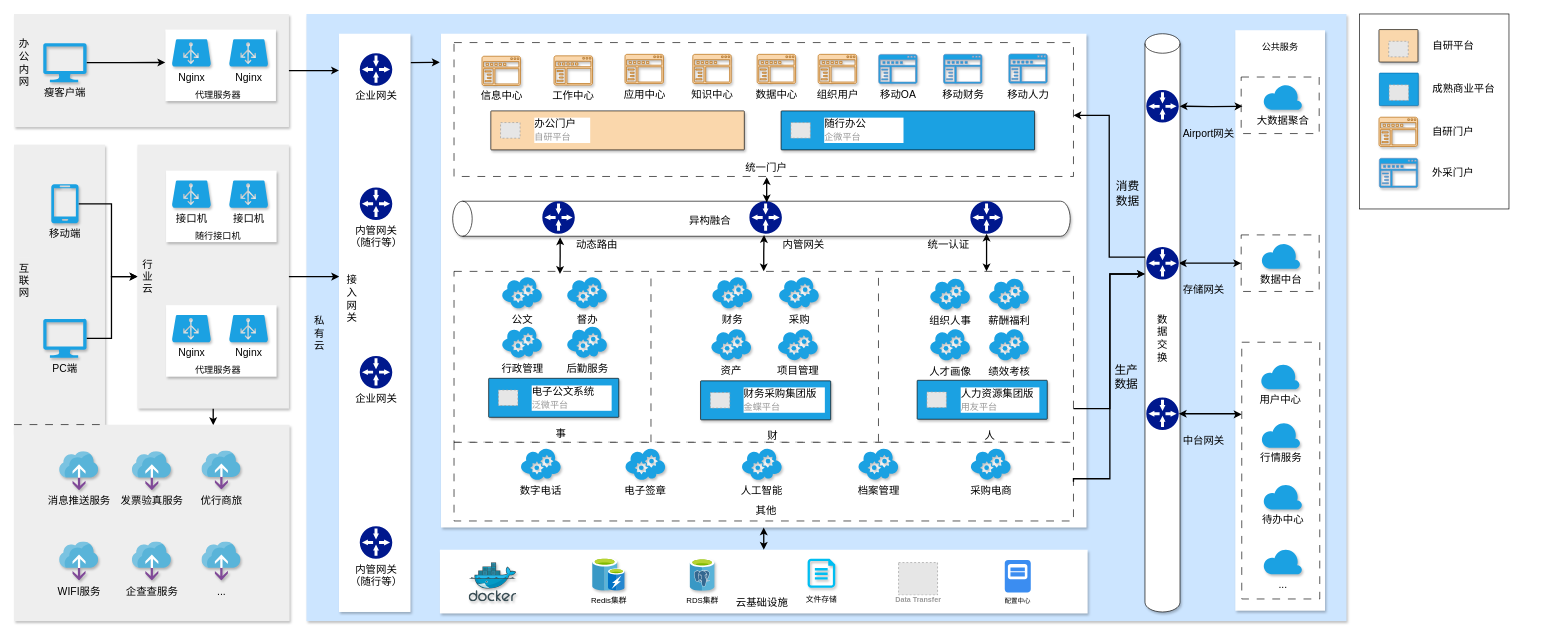
The draw.io diagram page "一网统管架构图20240305" (13 of 21) of Untitled Diagram.drawio in shiki-mqp/PrivatePods, before the edit. Source tidied: cells renumbered, new cells numbered last; positions are measured from the earlier drawing's top-left corner, leaving out a move shared by most shapes. Both pictures are drawn from the tidied source at 65%, with x=0, y=0 at pixel (14, -90). Pictures stored in the file or linked from it are replaced by grey dashed boxes.
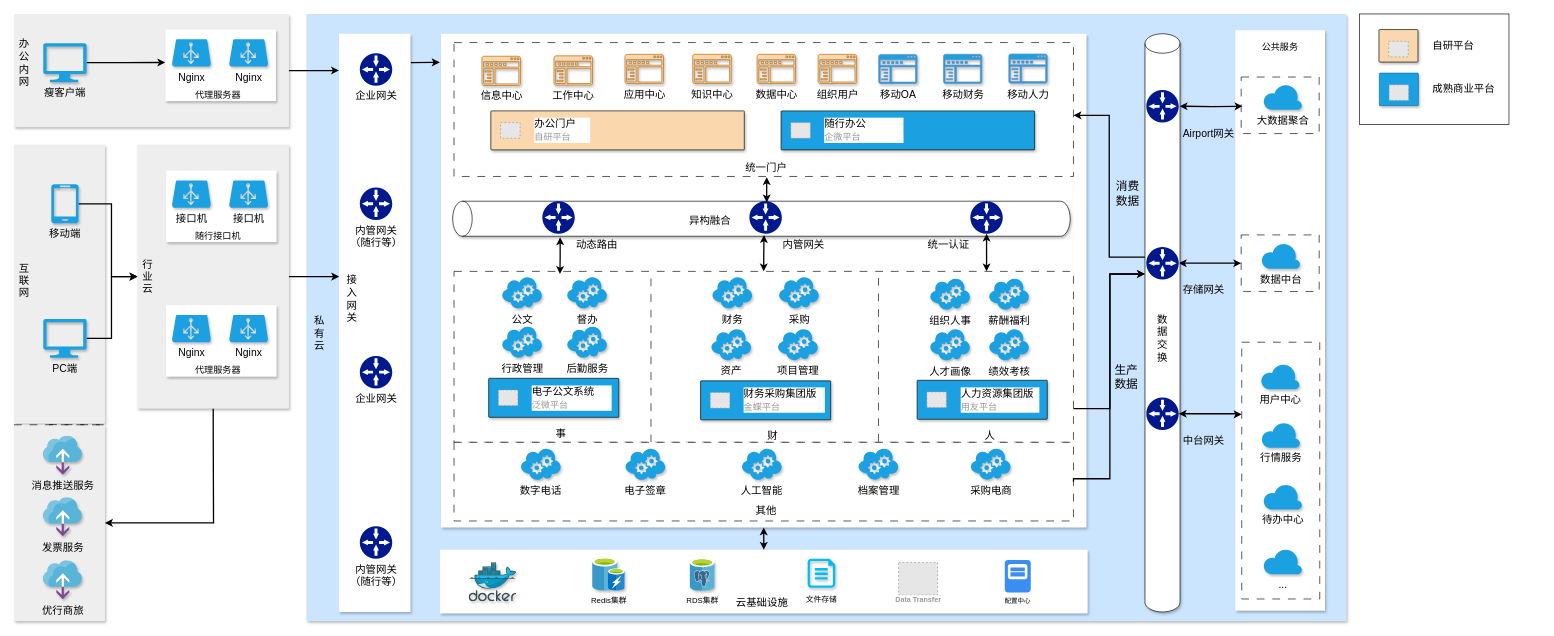
The same diagram, later.

The change refers to these unchanged cells:
```xml
<mxCell id="3" style="rounded=0;whiteSpace=wrap;html=1;strokeColor=none;fillColor=#eeeeee;shadow=1;" parent="1" vertex="1">
  <mxGeometry x="190" y="361" width="233" height="406" as="geometry" />
</mxCell>
```

The edit, as a diff of the source:
```diff
@@
-    <mxCell id="2" style="edgeStyle=orthogonalEdgeStyle;rounded=0;jettySize=auto;html=1;strokeWidth=2;fontSize=16;fontColor=#000000;startArrow=none;startFill=0;endArrow=classic;endFill=1;entryX=0.723;entryY=0.002;entryDx=0;entryDy=0;entryPerimeter=0;" parent="1" edge="1" source="3" target="79">
-      <mxGeometry relative="1" as="geometry" />
+    <mxCell id="2" style="edgeStyle=orthogonalEdgeStyle;rounded=0;jettySize=auto;html=1;strokeWidth=2;fontSize=16;fontColor=#000000;startArrow=none;startFill=0;endArrow=classic;endFill=1;entryX=1;entryY=0.5;entryDx=0;entryDy=0;" parent="1" edge="1" source="3" target="79">
+      <mxGeometry relative="1" as="geometry">
+        <Array as="points">
+          <mxPoint x="307" y="787" />
+          <mxPoint x="307" y="787" />
+          <mxPoint x="307" y="943" />
+        </Array>
+      </mxGeometry>
     </mxCell>
@@
     <mxCell id="5" style="rounded=0;whiteSpace=wrap;html=1;shadow=1;fillColor=#eeeeee;strokeColor=none;" parent="1" vertex="1">
-      <mxGeometry y="361" width="140" height="443" as="geometry" />
+      <mxGeometry y="361" width="140" height="429" as="geometry" />
     </mxCell>
@@
     <mxCell id="79" style="rounded=0;whiteSpace=wrap;html=1;shadow=1;fillColor=#eeeeee;strokeColor=none;" parent="1" vertex="1">
-      <mxGeometry y="792" width="424" height="302" as="geometry" />
+      <mxGeometry y="792" width="140" height="302" as="geometry" />
     </mxCell>
     <mxCell id="80" value="&lt;font style=&quot;font-size: 16px;&quot;&gt;消息推送服务&lt;/font&gt;" style="sketch=0;html=1;align=center;image;fontSize=12;image=img/lib/mscae/On_Premises_Data_Gateways.svg;rounded=0;shadow=1;dashed=1;dashPattern=12 12;labelBackgroundColor=none;strokeColor=#d6e8d5;fontColor=#000000;fillColor=none;gradientColor=none;imageBackground=none;" parent="1" vertex="1">
-      <mxGeometry x="70" y="833.2" width="60" height="60" as="geometry" />
+      <mxGeometry x="45" y="809.4" width="60" height="60" as="geometry" />
     </mxCell>
-    <mxCell id="81" value="&lt;font style=&quot;font-size: 16px;&quot;&gt;发票验真服务&lt;/font&gt;" style="sketch=0;html=1;align=center;image;fontSize=12;image=img/lib/mscae/On_Premises_Data_Gateways.svg;rounded=0;shadow=1;dashed=1;dashPattern=12 12;labelBackgroundColor=none;strokeColor=#d6e8d5;fontColor=#000000;fillColor=none;gradientColor=none;imageBackground=none;" parent="1" vertex="1">
-      <mxGeometry x="182" y="833.2" width="60" height="60" as="geometry" />
+    <mxCell id="81" value="&lt;font style=&quot;font-size: 16px;&quot;&gt;发票服务&lt;/font&gt;" style="sketch=0;html=1;align=center;image;fontSize=12;image=img/lib/mscae/On_Premises_Data_Gateways.svg;rounded=0;shadow=1;dashed=1;dashPattern=12 12;labelBackgroundColor=none;strokeColor=#d6e8d5;fontColor=#000000;fillColor=none;gradientColor=none;imageBackground=none;" parent="1" vertex="1">
+      <mxGeometry x="45" y="904" width="60" height="60" as="geometry" />
     </mxCell>
@@
     <mxCell id="83" value="&lt;span style=&quot;font-size: 16px;&quot;&gt;优行商旅&lt;/span&gt;" style="sketch=0;html=1;align=center;image;fontSize=12;image=img/lib/mscae/On_Premises_Data_Gateways.svg;rounded=0;shadow=1;dashed=1;dashPattern=12 12;labelBackgroundColor=none;strokeColor=#d6e8d5;fontColor=#000000;fillColor=none;gradientColor=none;imageBackground=none;" parent="1" vertex="1">
-      <mxGeometry x="289" y="832.1" width="60" height="60" as="geometry" />
+      <mxGeometry x="45" y="1001" width="60" height="60" as="geometry" />
     </mxCell>
-    <mxCell id="84" value="&lt;span style=&quot;font-size: 16px;&quot;&gt;...&lt;/span&gt;" style="sketch=0;html=1;align=center;image;fontSize=12;image=img/lib/mscae/On_Premises_Data_Gateways.svg;rounded=0;shadow=1;dashed=1;dashPattern=12 12;labelBackgroundColor=none;strokeColor=#d6e8d5;fontColor=#000000;fillColor=none;gradientColor=none;imageBackground=none;" parent="1" vertex="1">
-      <mxGeometry x="289" y="972" width="60" height="60" as="geometry" />
-    </mxCell>
-    <mxCell id="85" value="&lt;span style=&quot;font-size: 16px;&quot;&gt;WIFI服务&lt;/span&gt;" style="sketch=0;html=1;align=center;image;fontSize=12;image=img/lib/mscae/On_Premises_Data_Gateways.svg;rounded=0;shadow=1;dashed=1;dashPattern=12 12;labelBackgroundColor=none;strokeColor=#d6e8d5;fontColor=#000000;fillColor=none;gradientColor=none;imageBackground=none;" parent="1" vertex="1">
-      <mxGeometry x="70" y="972" width="60" height="60" as="geometry" />
-    </mxCell>
-    <mxCell id="86" value="&lt;span style=&quot;font-size: 16px;&quot;&gt;企查查服务&lt;/span&gt;" style="sketch=0;html=1;align=center;image;fontSize=12;image=img/lib/mscae/On_Premises_Data_Gateways.svg;rounded=0;shadow=1;dashed=1;dashPattern=12 12;labelBackgroundColor=none;strokeColor=#d6e8d5;fontColor=#000000;fillColor=none;gradientColor=none;imageBackground=none;" parent="1" vertex="1">
-      <mxGeometry x="182" y="972" width="60" height="60" as="geometry" />
-    </mxCell>
@@
     <mxCell id="93" style="rounded=0;whiteSpace=wrap;html=1;" parent="1" vertex="1">
-      <mxGeometry x="2070" y="160" width="230" height="300" as="geometry" />
+      <mxGeometry x="2070" y="160" width="230" height="170" as="geometry" />
     </mxCell>
@@
-    <mxCell id="151" style="sketch=0;shadow=1;dashed=0;html=1;strokeColor=#b46504;labelPosition=center;verticalLabelPosition=bottom;verticalAlign=top;align=center;fillColor=#fad7ac;shape=mxgraph.mscae.intune.company_portal;labelBackgroundColor=none;strokeWidth=1;fontFamily=Helvetica;fontSize=16;fontColor=default;" parent="1" vertex="1">
-      <mxGeometry x="2100" y="318.8" width="59.2" height="45" as="geometry" />
-    </mxCell>
-    <mxCell id="152" value="&lt;span style=&quot;font-size: 16px;&quot;&gt;自研门户&lt;/span&gt;" style="rounded=0;whiteSpace=wrap;html=1;shadow=0;fillColor=none;strokeColor=none;align=left;" parent="1" vertex="1">
-      <mxGeometry x="2179.8" y="324.2" width="171.9" height="33.5" as="geometry" />
-    </mxCell>
-    <mxCell id="153" style="sketch=0;shadow=1;dashed=0;html=1;strokeColor=#6c8ebf;labelPosition=center;verticalLabelPosition=bottom;verticalAlign=top;align=center;fillColor=#1BA1E2;shape=mxgraph.mscae.intune.company_portal;labelBackgroundColor=none;strokeWidth=1;fontFamily=Helvetica;fontSize=16;" parent="1" vertex="1">
-      <mxGeometry x="2100.5" y="382" width="59.2" height="45" as="geometry" />
-    </mxCell>
-    <mxCell id="154" value="&lt;span style=&quot;font-size: 16px;&quot;&gt;外采门户&lt;/span&gt;" style="rounded=0;whiteSpace=wrap;html=1;shadow=0;fillColor=none;strokeColor=none;align=left;" parent="1" vertex="1">
-      <mxGeometry x="2179.8" y="387.7" width="171.9" height="33.5" as="geometry" />
-    </mxCell>
```
